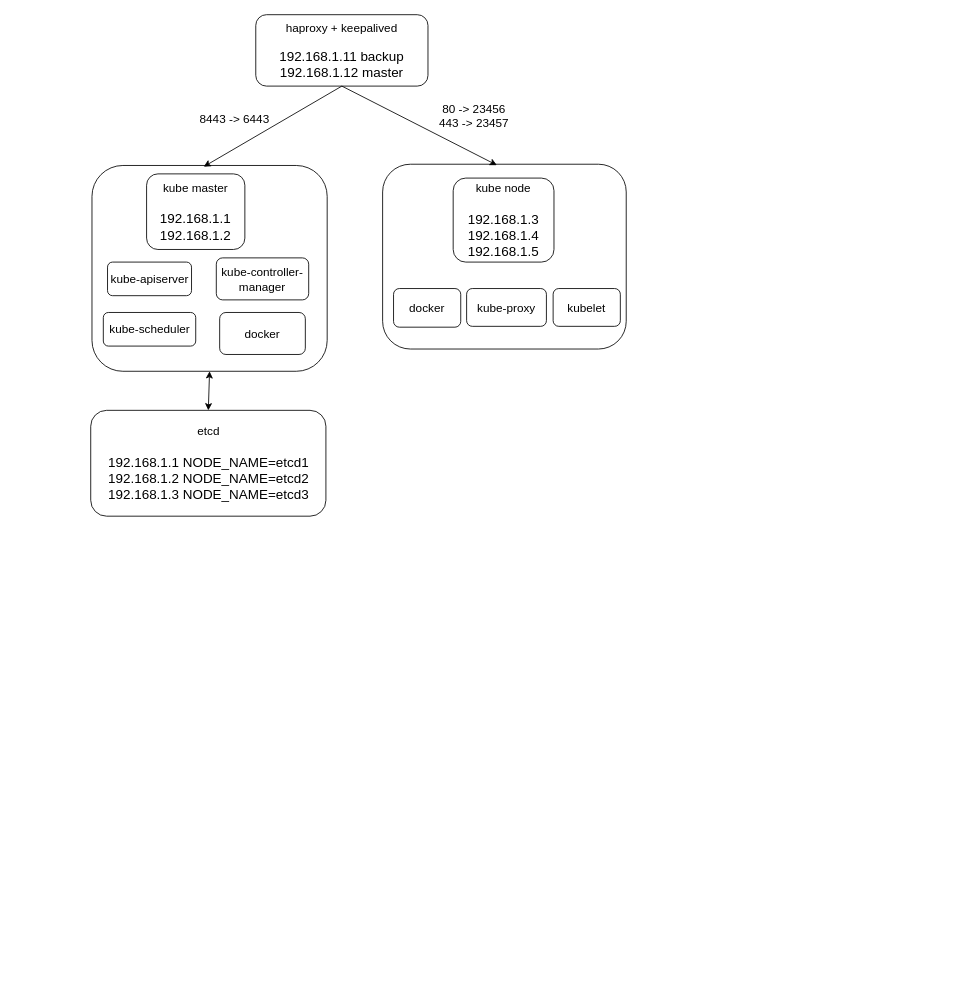
lanzhiwang/k8s keeps this draw.io diagram as images/architecture.drawio. Above is the earlier version. Source tidied: cells renumbered, new cells numbered last; positions are measured from the earlier drawing's top-left corner, leaving out a move shared by most shapes. Both pictures are drawn from the tidied source at 84%, with x=0, y=0 at pixel (90, 14).
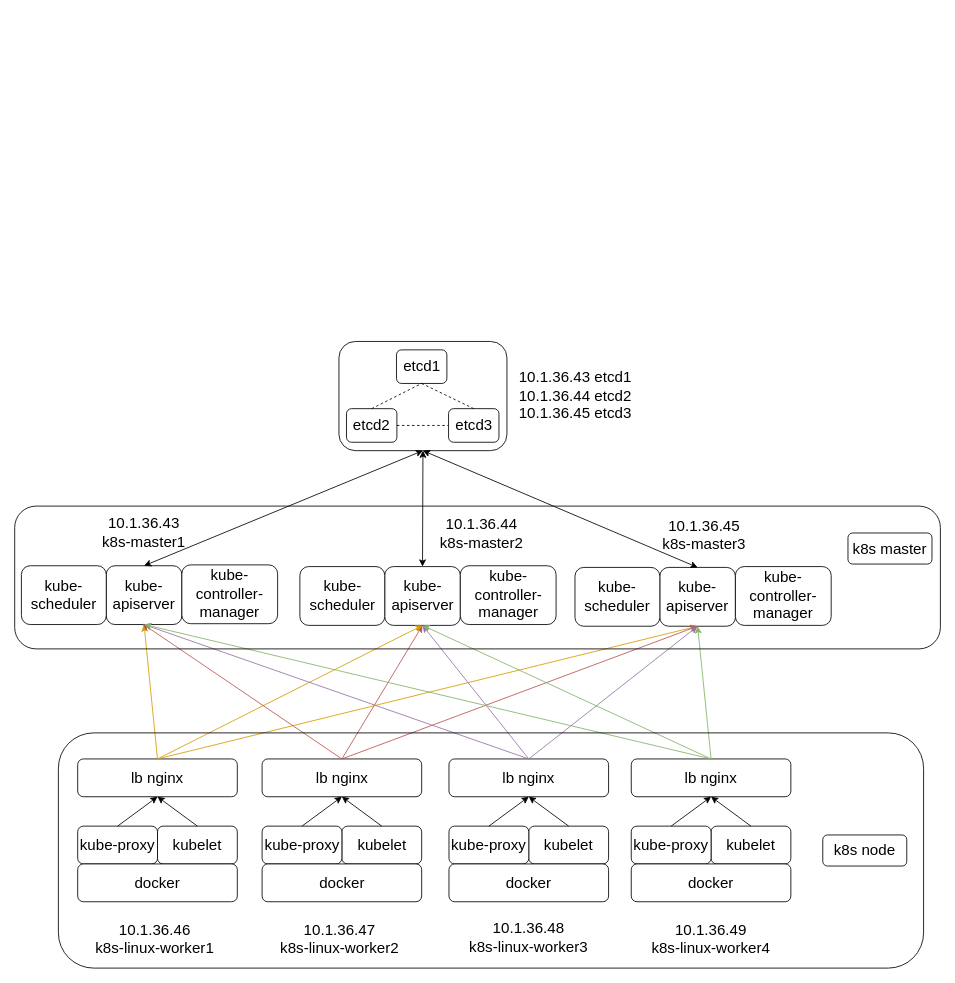
Above is the later version.

Commit message (it also covers changes not shown here):
修改架构图

The edit, as a diff of the source:
```diff
@@
-    <mxCell id="2" style="rounded=1;whiteSpace=wrap;html=1;" parent="1" vertex="1">
-      <mxGeometry x="348" y="178" width="290" height="220" as="geometry" />
-    </mxCell>
-    <mxCell id="3" style="rounded=1;whiteSpace=wrap;html=1;" parent="1" vertex="1">
-      <mxGeometry x="2" y="179.5" width="280" height="245" as="geometry" />
-    </mxCell>
-    <mxCell id="4" value="&lt;font style=&quot;font-size: 14px&quot;&gt;&lt;font&gt;haproxy + keepalived&lt;/font&gt;&lt;br&gt;&lt;br&gt;&lt;/font&gt;&lt;div&gt;&lt;font size=&quot;3&quot;&gt;192.168.1.11 backup&lt;/font&gt;&lt;/div&gt;&lt;div&gt;&lt;font size=&quot;3&quot;&gt;192.168.1.12 master&lt;/font&gt;&lt;/div&gt;" style="rounded=1;whiteSpace=wrap;html=1;" parent="1" vertex="1">
-      <mxGeometry x="197" width="205" height="85" as="geometry" />
-    </mxCell>
-    <mxCell id="5" value="&lt;div&gt;&lt;font style=&quot;font-size: 14px&quot;&gt;&lt;span&gt;etcd&lt;/span&gt;&lt;br&gt;&lt;/font&gt;&lt;/div&gt;&lt;div&gt;&lt;font size=&quot;3&quot;&gt;&lt;br&gt;&lt;/font&gt;&lt;/div&gt;&lt;div&gt;&lt;font size=&quot;3&quot;&gt;192.168.1.1 NODE_NAME=etcd1&lt;/font&gt;&lt;/div&gt;&lt;div&gt;&lt;font size=&quot;3&quot;&gt;192.168.1.2 NODE_NAME=etcd2&lt;/font&gt;&lt;/div&gt;&lt;div&gt;&lt;font size=&quot;3&quot;&gt;192.168.1.3 NODE_NAME=etcd3&lt;/font&gt;&lt;/div&gt;" style="rounded=1;whiteSpace=wrap;html=1;" parent="1" vertex="1">
-      <mxGeometry x="0.5" y="471" width="280" height="126" as="geometry" />
-    </mxCell>
-    <mxCell id="6" value="&lt;div&gt;&lt;font style=&quot;font-size: 14px&quot;&gt;kube master&lt;/font&gt;&lt;/div&gt;&lt;div&gt;&lt;font size=&quot;3&quot;&gt;&lt;br&gt;&lt;/font&gt;&lt;/div&gt;&lt;div&gt;&lt;font size=&quot;3&quot;&gt;192.168.1.1&lt;/font&gt;&lt;/div&gt;&lt;div&gt;&lt;font size=&quot;3&quot;&gt;192.168.1.2&lt;/font&gt;&lt;/div&gt;" style="rounded=1;whiteSpace=wrap;html=1;" parent="1" vertex="1">
-      <mxGeometry x="67" y="189.5" width="117" height="90" as="geometry" />
-    </mxCell>
-    <mxCell id="7" value="&lt;div&gt;&lt;font style=&quot;font-size: 14px&quot;&gt;kube node&lt;/font&gt;&lt;/div&gt;&lt;div&gt;&lt;font size=&quot;3&quot;&gt;&lt;br&gt;&lt;/font&gt;&lt;/div&gt;&lt;div&gt;&lt;font size=&quot;3&quot;&gt;192.168.1.3&lt;/font&gt;&lt;/div&gt;&lt;div&gt;&lt;font size=&quot;3&quot;&gt;192.168.1.4&lt;/font&gt;&lt;/div&gt;&lt;div&gt;&lt;font size=&quot;3&quot;&gt;192.168.1.5&lt;/font&gt;&lt;/div&gt;" style="rounded=1;whiteSpace=wrap;html=1;" parent="1" vertex="1">
-      <mxGeometry x="432" y="194.5" width="120" height="100" as="geometry" />
-    </mxCell>
-    <mxCell id="8" value="&lt;div&gt;&lt;font style=&quot;font-size: 14px&quot;&gt;kube-apiserver&lt;/font&gt;&lt;br&gt;&lt;/div&gt;" style="rounded=1;whiteSpace=wrap;html=1;" parent="1" vertex="1">
-      <mxGeometry x="20.5" y="294.5" width="100" height="40" as="geometry" />
-    </mxCell>
-    <mxCell id="9" value="&lt;font style=&quot;font-size: 14px&quot;&gt;kube-controller-manager&lt;/font&gt;" style="rounded=1;whiteSpace=wrap;html=1;" parent="1" vertex="1">
-      <mxGeometry x="150" y="289.5" width="110" height="50" as="geometry" />
-    </mxCell>
-    <mxCell id="10" value="&lt;font style=&quot;font-size: 14px&quot;&gt;kube-scheduler&lt;/font&gt;" style="rounded=1;whiteSpace=wrap;html=1;" parent="1" vertex="1">
-      <mxGeometry x="15.5" y="354.5" width="110" height="40" as="geometry" />
-    </mxCell>
+    <mxCell id="20" style="rounded=1;whiteSpace=wrap;html=1;" parent="1" vertex="1">
+      <mxGeometry x="296" y="389" width="200" height="130" as="geometry" />
+    </mxCell>
-    <mxCell id="11" value="&lt;font style=&quot;font-size: 14px&quot;&gt;kubelet&lt;/font&gt;" style="rounded=1;whiteSpace=wrap;html=1;" parent="1" vertex="1">
-      <mxGeometry x="551" y="326" width="80" height="45" as="geometry" />
+    <mxCell id="11" value="&lt;font style=&quot;font-size: 18px&quot;&gt;kubelet&lt;/font&gt;" style="rounded=1;whiteSpace=wrap;html=1;" parent="1" vertex="1">
+      <mxGeometry x="80" y="966" width="95" height="45" as="geometry" />
     </mxCell>
-    <mxCell id="12" value="&lt;font style=&quot;font-size: 14px&quot;&gt;kube-proxy&lt;/font&gt;" style="rounded=1;whiteSpace=wrap;html=1;" parent="1" vertex="1">
-      <mxGeometry x="448" y="326" width="95" height="45" as="geometry" />
+    <mxCell id="12" value="&lt;font style=&quot;font-size: 18px&quot;&gt;kube-proxy&lt;/font&gt;" style="rounded=1;whiteSpace=wrap;html=1;" parent="1" vertex="1">
+      <mxGeometry x="-15" y="966" width="95" height="45" as="geometry" />
     </mxCell>
-    <mxCell id="13" value="&lt;font style=&quot;font-size: 14px&quot;&gt;docker&lt;/font&gt;" style="rounded=1;whiteSpace=wrap;html=1;" parent="1" vertex="1">
-      <mxGeometry x="154" y="354.5" width="102" height="50" as="geometry" />
-    </mxCell>
-    <mxCell id="14" value="&lt;font style=&quot;font-size: 14px&quot;&gt;docker&lt;/font&gt;" style="rounded=1;whiteSpace=wrap;html=1;" parent="1" vertex="1">
-      <mxGeometry x="361" y="326" width="80" height="46" as="geometry" />
+    <mxCell id="14" value="&lt;font style=&quot;font-size: 18px&quot;&gt;docker&lt;/font&gt;" style="rounded=1;whiteSpace=wrap;html=1;" parent="1" vertex="1">
+      <mxGeometry x="-15" y="1011" width="190" height="45" as="geometry" />
     </mxCell>
-    <mxCell id="15" style="endArrow=classic;startArrow=classic;html=1;entryX=0.5;entryY=1;entryDx=0;entryDy=0;exitX=0.5;exitY=0;exitDx=0;exitDy=0;" parent="1" edge="1" source="5" target="3">
-      <mxGeometry relative="1" as="geometry" />
-    </mxCell>
-    <mxCell id="16" style="endArrow=classic;html=1;exitX=0.5;exitY=1;exitDx=0;exitDy=0;entryX=0.475;entryY=0.006;entryDx=0;entryDy=0;entryPerimeter=0;" parent="1" edge="1" source="4" target="3">
-      <mxGeometry relative="1" as="geometry" />
-    </mxCell>
-    <mxCell id="17" style="endArrow=classic;html=1;exitX=0.5;exitY=1;exitDx=0;exitDy=0;entryX=0.469;entryY=0.005;entryDx=0;entryDy=0;entryPerimeter=0;" parent="1" edge="1" source="4" target="2">
-      <mxGeometry relative="1" as="geometry" />
-    </mxCell>
-    <mxCell id="18" value="&lt;font style=&quot;font-size: 14px&quot;&gt;8443 -&amp;gt; 6443&lt;/font&gt;" style="text;html=1;strokeColor=none;fillColor=none;align=center;verticalAlign=middle;whiteSpace=wrap;rounded=0;" parent="1" vertex="1">
-      <mxGeometry x="121" y="105" width="102" height="40" as="geometry" />
-    </mxCell>
-    <mxCell id="19" value="&lt;font style=&quot;font-size: 14px&quot;&gt;80 -&amp;gt; 23456&lt;br&gt;443 -&amp;gt; 23457&lt;/font&gt;&lt;br&gt;" style="text;html=1;strokeColor=none;fillColor=none;align=center;verticalAlign=middle;whiteSpace=wrap;rounded=0;" parent="1" vertex="1">
-      <mxGeometry x="392" y="95" width="130" height="50" as="geometry" />
-    </mxCell>
+    <mxCell id="21" value="&lt;font style=&quot;font-size: 18px&quot;&gt;10.1.36.43&lt;br&gt;k8s-master1&lt;/font&gt;" style="rounded=1;whiteSpace=wrap;html=1;strokeColor=none;" parent="1" vertex="1">
+      <mxGeometry x="8" y="592" width="112" height="50" as="geometry" />
+    </mxCell>
+    <mxCell id="22" value="&lt;font style=&quot;font-size: 18px&quot;&gt;10.1.36.46&lt;br&gt;k8s-linux-worker1&lt;/font&gt;" style="rounded=1;whiteSpace=wrap;html=1;strokeColor=none;" parent="1" vertex="1">
+      <mxGeometry x="2" y="1076" width="150" height="50" as="geometry" />
+    </mxCell>
+    <mxCell id="23" value="&lt;div&gt;&lt;font style=&quot;font-size: 18px&quot;&gt;kube-apiserver&lt;/font&gt;&lt;br&gt;&lt;/div&gt;" style="rounded=1;whiteSpace=wrap;html=1;" parent="1" vertex="1">
+      <mxGeometry x="19" y="656" width="90" height="70" as="geometry" />
+    </mxCell>
+    <mxCell id="24" value="&lt;font style=&quot;font-size: 18px&quot;&gt;kube-controller-manager&lt;/font&gt;" style="rounded=1;whiteSpace=wrap;html=1;" parent="1" vertex="1">
+      <mxGeometry x="109" y="655" width="114" height="70" as="geometry" />
+    </mxCell>
+    <mxCell id="25" value="&lt;font style=&quot;font-size: 18px&quot;&gt;kube-scheduler&lt;/font&gt;" style="rounded=1;whiteSpace=wrap;html=1;" parent="1" vertex="1">
+      <mxGeometry x="-82" y="656" width="101" height="70" as="geometry" />
+    </mxCell>
+    <mxCell id="26" value="&lt;div&gt;&lt;font style=&quot;font-size: 18px&quot;&gt;kube-apiserver&lt;/font&gt;&lt;br&gt;&lt;/div&gt;" style="rounded=1;whiteSpace=wrap;html=1;" parent="1" vertex="1">
+      <mxGeometry x="350.5" y="657" width="90" height="70" as="geometry" />
+    </mxCell>
+    <mxCell id="27" value="&lt;font style=&quot;font-size: 18px&quot;&gt;kube-controller-manager&lt;/font&gt;" style="rounded=1;whiteSpace=wrap;html=1;" parent="1" vertex="1">
+      <mxGeometry x="440.5" y="656" width="114" height="70" as="geometry" />
+    </mxCell>
+    <mxCell id="28" value="&lt;font style=&quot;font-size: 18px&quot;&gt;kube-scheduler&lt;/font&gt;" style="rounded=1;whiteSpace=wrap;html=1;" parent="1" vertex="1">
+      <mxGeometry x="249.5" y="657" width="101" height="70" as="geometry" />
+    </mxCell>
+    <mxCell id="29" value="&lt;div&gt;&lt;font style=&quot;font-size: 18px&quot;&gt;kube-apiserver&lt;/font&gt;&lt;br&gt;&lt;/div&gt;" style="rounded=1;whiteSpace=wrap;html=1;" parent="1" vertex="1">
+      <mxGeometry x="678" y="658" width="90" height="70" as="geometry" />
+    </mxCell>
+    <mxCell id="30" value="&lt;font style=&quot;font-size: 18px&quot;&gt;kube-controller-manager&lt;/font&gt;" style="rounded=1;whiteSpace=wrap;html=1;" parent="1" vertex="1">
+      <mxGeometry x="768" y="657" width="114" height="70" as="geometry" />
+    </mxCell>
+    <mxCell id="31" value="&lt;font style=&quot;font-size: 18px&quot;&gt;kube-scheduler&lt;/font&gt;" style="rounded=1;whiteSpace=wrap;html=1;" parent="1" vertex="1">
+      <mxGeometry x="577" y="658" width="101" height="70" as="geometry" />
+    </mxCell>
+    <mxCell id="32" value="&lt;font style=&quot;font-size: 18px&quot;&gt;lb nginx&lt;/font&gt;" style="rounded=1;whiteSpace=wrap;html=1;" parent="1" vertex="1">
+      <mxGeometry x="-15" y="886" width="190" height="45" as="geometry" />
+    </mxCell>
+    <mxCell id="33" value="&lt;font style=&quot;font-size: 18px&quot;&gt;etcd1&lt;/font&gt;" style="rounded=1;whiteSpace=wrap;html=1;" parent="1" vertex="1">
+      <mxGeometry x="364.5" y="399" width="60" height="40" as="geometry" />
+    </mxCell>
+    <mxCell id="34" value="&lt;font style=&quot;font-size: 18px&quot;&gt;etcd2&lt;/font&gt;" style="rounded=1;whiteSpace=wrap;html=1;" parent="1" vertex="1">
+      <mxGeometry x="305" y="469" width="60" height="40" as="geometry" />
+    </mxCell>
+    <mxCell id="35" value="&lt;font style=&quot;font-size: 18px&quot;&gt;etcd3&lt;/font&gt;" style="rounded=1;whiteSpace=wrap;html=1;" parent="1" vertex="1">
+      <mxGeometry x="426.5" y="469" width="60" height="40" as="geometry" />
+    </mxCell>
+    <mxCell id="36" style="endArrow=none;dashed=1;html=1;entryX=0.5;entryY=1;entryDx=0;entryDy=0;exitX=0.5;exitY=0;exitDx=0;exitDy=0;" parent="1" edge="1" source="34" target="33">
+      <mxGeometry relative="1" as="geometry" />
+    </mxCell>
+    <mxCell id="37" style="endArrow=none;dashed=1;html=1;entryX=0;entryY=0.5;entryDx=0;entryDy=0;exitX=1;exitY=0.5;exitDx=0;exitDy=0;" parent="1" edge="1" source="34" target="35">
+      <mxGeometry relative="1" as="geometry" />
+    </mxCell>
+    <mxCell id="38" style="endArrow=none;dashed=1;html=1;entryX=0.5;entryY=1;entryDx=0;entryDy=0;exitX=0.5;exitY=0;exitDx=0;exitDy=0;" parent="1" edge="1" source="35" target="33">
+      <mxGeometry relative="1" as="geometry" />
+    </mxCell>
+    <mxCell id="39" style="endArrow=classic;html=1;exitX=0.5;exitY=0;exitDx=0;exitDy=0;entryX=0.5;entryY=1;entryDx=0;entryDy=0;" parent="1" edge="1" source="12" target="32">
+      <mxGeometry relative="1" as="geometry" />
+    </mxCell>
+    <mxCell id="40" style="endArrow=classic;html=1;exitX=0.5;exitY=0;exitDx=0;exitDy=0;entryX=0.5;entryY=1;entryDx=0;entryDy=0;" parent="1" edge="1" source="11" target="32">
+      <mxGeometry relative="1" as="geometry" />
+    </mxCell>
+    <mxCell id="41" value="&lt;font style=&quot;font-size: 18px&quot;&gt;kubelet&lt;/font&gt;" style="rounded=1;whiteSpace=wrap;html=1;" parent="1" vertex="1">
+      <mxGeometry x="299.5" y="966" width="95" height="45" as="geometry" />
+    </mxCell>
+    <mxCell id="42" value="&lt;font style=&quot;font-size: 18px&quot;&gt;kube-proxy&lt;/font&gt;" style="rounded=1;whiteSpace=wrap;html=1;" parent="1" vertex="1">
+      <mxGeometry x="204.5" y="966" width="95" height="45" as="geometry" />
+    </mxCell>
+    <mxCell id="43" value="&lt;font style=&quot;font-size: 18px&quot;&gt;docker&lt;/font&gt;" style="rounded=1;whiteSpace=wrap;html=1;" parent="1" vertex="1">
+      <mxGeometry x="204.5" y="1011" width="190" height="45" as="geometry" />
+    </mxCell>
+    <mxCell id="44" value="&lt;font style=&quot;font-size: 18px&quot;&gt;lb nginx&lt;/font&gt;" style="rounded=1;whiteSpace=wrap;html=1;" parent="1" vertex="1">
+      <mxGeometry x="204.5" y="886" width="190" height="45" as="geometry" />
+    </mxCell>
+    <mxCell id="45" style="endArrow=classic;html=1;exitX=0.5;exitY=0;exitDx=0;exitDy=0;entryX=0.5;entryY=1;entryDx=0;entryDy=0;" parent="1" edge="1" source="42" target="44">
+      <mxGeometry relative="1" as="geometry" />
+    </mxCell>
+    <mxCell id="46" style="endArrow=classic;html=1;exitX=0.5;exitY=0;exitDx=0;exitDy=0;entryX=0.5;entryY=1;entryDx=0;entryDy=0;" parent="1" edge="1" source="41" target="44">
+      <mxGeometry relative="1" as="geometry" />
+    </mxCell>
+    <mxCell id="47" value="&lt;font style=&quot;font-size: 18px&quot;&gt;kubelet&lt;/font&gt;" style="rounded=1;whiteSpace=wrap;html=1;" parent="1" vertex="1">
+      <mxGeometry x="522" y="966" width="95" height="45" as="geometry" />
+    </mxCell>
+    <mxCell id="48" value="&lt;font style=&quot;font-size: 18px&quot;&gt;kube-proxy&lt;/font&gt;" style="rounded=1;whiteSpace=wrap;html=1;" parent="1" vertex="1">
+      <mxGeometry x="427" y="966" width="95" height="45" as="geometry" />
+    </mxCell>
+    <mxCell id="49" value="&lt;font style=&quot;font-size: 18px&quot;&gt;docker&lt;/font&gt;" style="rounded=1;whiteSpace=wrap;html=1;" parent="1" vertex="1">
+      <mxGeometry x="427" y="1011" width="190" height="45" as="geometry" />
+    </mxCell>
+    <mxCell id="50" value="&lt;font style=&quot;font-size: 18px&quot;&gt;lb nginx&lt;/font&gt;" style="rounded=1;whiteSpace=wrap;html=1;" parent="1" vertex="1">
+      <mxGeometry x="427" y="886" width="190" height="45" as="geometry" />
+    </mxCell>
+    <mxCell id="51" style="endArrow=classic;html=1;exitX=0.5;exitY=0;exitDx=0;exitDy=0;entryX=0.5;entryY=1;entryDx=0;entryDy=0;" parent="1" edge="1" source="48" target="50">
+      <mxGeometry relative="1" as="geometry" />
+    </mxCell>
+    <mxCell id="52" style="endArrow=classic;html=1;exitX=0.5;exitY=0;exitDx=0;exitDy=0;entryX=0.5;entryY=1;entryDx=0;entryDy=0;" parent="1" edge="1" source="47" target="50">
+      <mxGeometry relative="1" as="geometry" />
+    </mxCell>
+    <mxCell id="53" value="&lt;font style=&quot;font-size: 18px&quot;&gt;kubelet&lt;/font&gt;" style="rounded=1;whiteSpace=wrap;html=1;" parent="1" vertex="1">
+      <mxGeometry x="739" y="966" width="95" height="45" as="geometry" />
+    </mxCell>
+    <mxCell id="54" value="&lt;font style=&quot;font-size: 18px&quot;&gt;kube-proxy&lt;/font&gt;" style="rounded=1;whiteSpace=wrap;html=1;" parent="1" vertex="1">
+      <mxGeometry x="644" y="966" width="95" height="45" as="geometry" />
+    </mxCell>
+    <mxCell id="55" value="&lt;font style=&quot;font-size: 18px&quot;&gt;docker&lt;/font&gt;" style="rounded=1;whiteSpace=wrap;html=1;" parent="1" vertex="1">
+      <mxGeometry x="644" y="1011" width="190" height="45" as="geometry" />
+    </mxCell>
+    <mxCell id="56" value="&lt;font style=&quot;font-size: 18px&quot;&gt;lb nginx&lt;/font&gt;" style="rounded=1;whiteSpace=wrap;html=1;" parent="1" vertex="1">
+      <mxGeometry x="644" y="886" width="190" height="45" as="geometry" />
+    </mxCell>
+    <mxCell id="57" style="endArrow=classic;html=1;exitX=0.5;exitY=0;exitDx=0;exitDy=0;entryX=0.5;entryY=1;entryDx=0;entryDy=0;" parent="1" edge="1" source="54" target="56">
+      <mxGeometry relative="1" as="geometry" />
+    </mxCell>
+    <mxCell id="58" style="endArrow=classic;html=1;exitX=0.5;exitY=0;exitDx=0;exitDy=0;entryX=0.5;entryY=1;entryDx=0;entryDy=0;" parent="1" edge="1" source="53" target="56">
+      <mxGeometry relative="1" as="geometry" />
+    </mxCell>
+    <mxCell id="59" style="endArrow=classic;html=1;exitX=0.5;exitY=0;exitDx=0;exitDy=0;entryX=0.5;entryY=1;entryDx=0;entryDy=0;fillColor=#ffe6cc;strokeColor=#d79b00;" parent="1" edge="1" source="32" target="23">
+      <mxGeometry relative="1" as="geometry" />
+    </mxCell>
+    <mxCell id="60" style="endArrow=classic;html=1;exitX=0.5;exitY=0;exitDx=0;exitDy=0;entryX=0.5;entryY=1;entryDx=0;entryDy=0;fillColor=#f8cecc;strokeColor=#b85450;" parent="1" edge="1" source="44" target="26">
+      <mxGeometry relative="1" as="geometry" />
+    </mxCell>
+    <mxCell id="61" style="endArrow=classic;html=1;exitX=0.5;exitY=0;exitDx=0;exitDy=0;entryX=0.5;entryY=1;entryDx=0;entryDy=0;fillColor=#ffe6cc;strokeColor=#d79b00;" parent="1" edge="1" source="32" target="26">
+      <mxGeometry relative="1" as="geometry" />
+    </mxCell>
+    <mxCell id="62" style="endArrow=classic;html=1;exitX=0.5;exitY=0;exitDx=0;exitDy=0;entryX=0.5;entryY=1;entryDx=0;entryDy=0;fillColor=#ffe6cc;strokeColor=#d79b00;" parent="1" edge="1" source="32" target="29">
+      <mxGeometry relative="1" as="geometry" />
+    </mxCell>
+    <mxCell id="63" style="endArrow=classic;html=1;exitX=0.5;exitY=0;exitDx=0;exitDy=0;fillColor=#f8cecc;strokeColor=#b85450;" parent="1" edge="1" source="44">
+      <mxGeometry relative="1" as="geometry">
+        <mxPoint x="62" y="725" as="targetPoint" />
+      </mxGeometry>
+    </mxCell>
+    <mxCell id="64" style="endArrow=classic;html=1;exitX=0.5;exitY=0;exitDx=0;exitDy=0;entryX=0.5;entryY=1;entryDx=0;entryDy=0;fillColor=#f8cecc;strokeColor=#b85450;" parent="1" edge="1" source="44" target="29">
+      <mxGeometry relative="1" as="geometry" />
+    </mxCell>
+    <mxCell id="65" style="endArrow=classic;html=1;exitX=0.5;exitY=0;exitDx=0;exitDy=0;entryX=0.5;entryY=1;entryDx=0;entryDy=0;fillColor=#e1d5e7;strokeColor=#9673a6;" parent="1" edge="1" source="50" target="23">
+      <mxGeometry relative="1" as="geometry" />
+    </mxCell>
+    <mxCell id="66" style="endArrow=classic;html=1;entryX=0.5;entryY=1;entryDx=0;entryDy=0;fillColor=#e1d5e7;strokeColor=#9673a6;exitX=0.5;exitY=0;exitDx=0;exitDy=0;" parent="1" edge="1" source="50" target="26">
+      <mxGeometry relative="1" as="geometry" />
+    </mxCell>
+    <mxCell id="67" style="endArrow=classic;html=1;exitX=0.5;exitY=0;exitDx=0;exitDy=0;entryX=0.5;entryY=1;entryDx=0;entryDy=0;fillColor=#e1d5e7;strokeColor=#9673a6;" parent="1" edge="1" source="50" target="29">
+      <mxGeometry relative="1" as="geometry" />
+    </mxCell>
+    <mxCell id="68" style="endArrow=classic;html=1;entryX=0.5;entryY=1;entryDx=0;entryDy=0;exitX=0.5;exitY=0;exitDx=0;exitDy=0;fillColor=#d5e8d4;strokeColor=#82b366;" parent="1" edge="1" source="56" target="23">
+      <mxGeometry relative="1" as="geometry" />
+    </mxCell>
+    <mxCell id="69" style="endArrow=classic;html=1;exitX=0.5;exitY=0;exitDx=0;exitDy=0;entryX=0.5;entryY=1;entryDx=0;entryDy=0;fillColor=#d5e8d4;strokeColor=#82b366;" parent="1" edge="1" source="56" target="26">
+      <mxGeometry relative="1" as="geometry" />
+    </mxCell>
+    <mxCell id="70" style="endArrow=classic;html=1;entryX=0.5;entryY=1;entryDx=0;entryDy=0;fillColor=#d5e8d4;strokeColor=#82b366;exitX=0.5;exitY=0;exitDx=0;exitDy=0;" parent="1" edge="1" source="56" target="29">
+      <mxGeometry relative="1" as="geometry" />
+    </mxCell>
+    <mxCell id="71" style="endArrow=classic;startArrow=classic;html=1;exitX=0.5;exitY=0;exitDx=0;exitDy=0;entryX=0.5;entryY=1;entryDx=0;entryDy=0;" parent="1" edge="1" source="23" target="20">
+      <mxGeometry relative="1" as="geometry" />
+    </mxCell>
+    <mxCell id="72" style="endArrow=classic;startArrow=classic;html=1;exitX=0.5;exitY=0;exitDx=0;exitDy=0;entryX=0.5;entryY=1;entryDx=0;entryDy=0;" parent="1" edge="1" source="26" target="20">
+      <mxGeometry relative="1" as="geometry" />
+    </mxCell>
+    <mxCell id="73" style="endArrow=classic;startArrow=classic;html=1;exitX=0.5;exitY=1;exitDx=0;exitDy=0;entryX=0.5;entryY=0;entryDx=0;entryDy=0;" parent="1" edge="1" source="20" target="29">
+      <mxGeometry relative="1" as="geometry" />
+    </mxCell>
+    <mxCell id="74" value="&lt;font style=&quot;font-size: 18px&quot;&gt;10.1.36.44&lt;br&gt;k8s-master2&lt;/font&gt;" style="rounded=1;whiteSpace=wrap;html=1;strokeColor=none;" parent="1" vertex="1">
+      <mxGeometry x="410" y="593" width="112" height="50" as="geometry" />
+    </mxCell>
+    <mxCell id="75" value="&lt;font style=&quot;font-size: 18px&quot;&gt;10.1.36.45&lt;br&gt;k8s-master3&lt;/font&gt;" style="rounded=1;whiteSpace=wrap;html=1;fillColor=none;strokeColor=none;" parent="1" vertex="1">
+      <mxGeometry x="674.5" y="595" width="112" height="50" as="geometry" />
+    </mxCell>
+    <mxCell id="76" value="&lt;font style=&quot;font-size: 18px&quot;&gt;10.1.36.47&lt;br&gt;k8s-linux-worker2&lt;/font&gt;" style="rounded=1;whiteSpace=wrap;html=1;strokeColor=none;" parent="1" vertex="1">
+      <mxGeometry x="221.5" y="1076" width="150" height="50" as="geometry" />
+    </mxCell>
+    <mxCell id="77" value="&lt;font style=&quot;font-size: 18px&quot;&gt;10.1.36.48&lt;br&gt;k8s-linux-worker3&lt;/font&gt;" style="rounded=1;whiteSpace=wrap;html=1;strokeColor=none;" parent="1" vertex="1">
+      <mxGeometry x="447" y="1074" width="150" height="50" as="geometry" />
+    </mxCell>
+    <mxCell id="78" value="&lt;font style=&quot;font-size: 18px&quot;&gt;10.1.36.49&lt;br&gt;k8s-linux-worker4&lt;/font&gt;" style="rounded=1;whiteSpace=wrap;html=1;strokeColor=none;" parent="1" vertex="1">
+      <mxGeometry x="664" y="1076" width="150" height="50" as="geometry" />
+    </mxCell>
+    <mxCell id="79" value="&lt;font style=&quot;font-size: 18px&quot;&gt;10.1.36.43 etcd1&lt;br&gt;10.1.36.44 etcd2&lt;br&gt;10.1.36.45 etcd3&lt;/font&gt;" style="rounded=1;whiteSpace=wrap;html=1;fillColor=none;strokeColor=none;arcSize=23;" parent="1" vertex="1">
+      <mxGeometry x="503" y="419" width="149" height="70" as="geometry" />
+    </mxCell>
+    <mxCell id="80" value="&lt;font style=&quot;font-size: 18px&quot;&gt;k8s master&lt;/font&gt;" style="rounded=1;whiteSpace=wrap;html=1;fillColor=none;" parent="1" vertex="1">
+      <mxGeometry x="902" y="617" width="100" height="37" as="geometry" />
+    </mxCell>
+    <mxCell id="81" value="&lt;font style=&quot;font-size: 18px&quot;&gt;k8s node&lt;/font&gt;" style="rounded=1;whiteSpace=wrap;html=1;fillColor=none;" parent="1" vertex="1">
+      <mxGeometry x="872" y="976.5" width="100" height="37" as="geometry" />
+    </mxCell>
+    <mxCell id="82" style="rounded=1;whiteSpace=wrap;html=1;fillColor=none;" parent="1" vertex="1">
+      <mxGeometry x="-90" y="585" width="1102" height="170" as="geometry" />
+    </mxCell>
+    <mxCell id="83" style="rounded=1;whiteSpace=wrap;html=1;fillColor=none;" parent="1" vertex="1">
+      <mxGeometry x="-38" y="855" width="1030" height="280" as="geometry" />
+    </mxCell>
```
